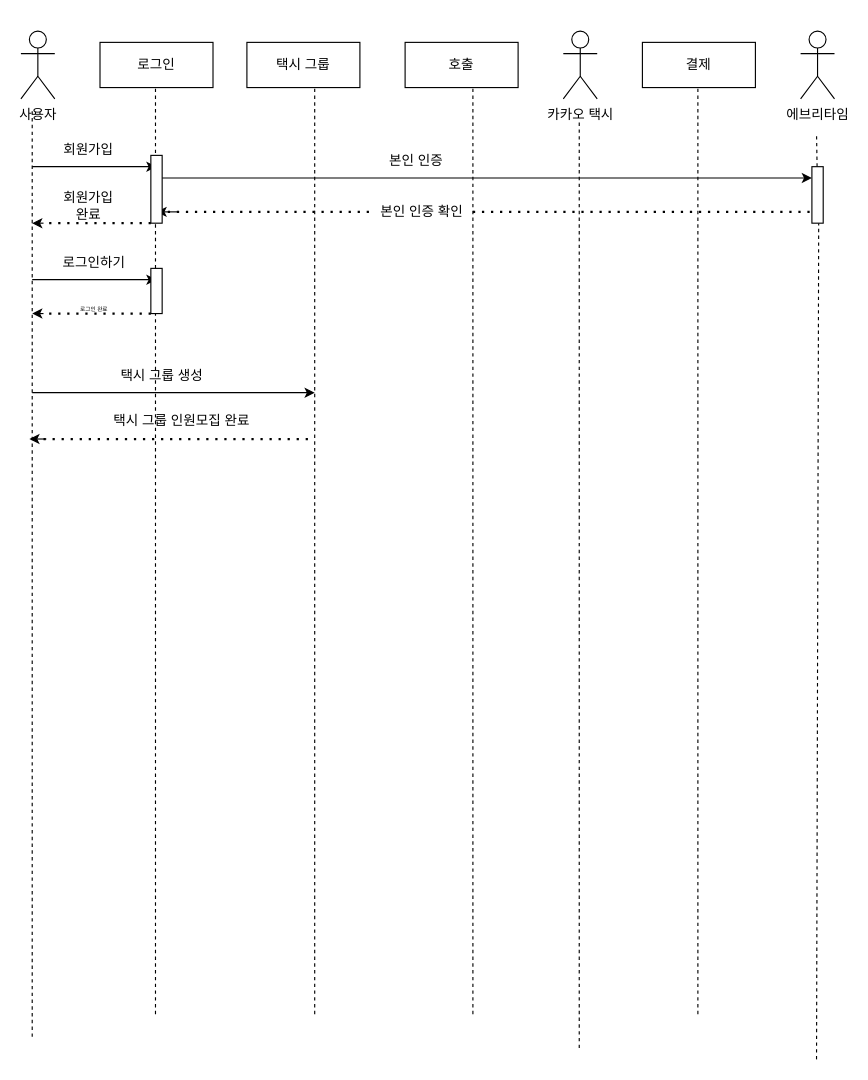
This is 시퀀스 다이어그램.drawio from 0abcde0/Git-Tutorial, a draw.io file, before an edit. Source tidied: cells renumbered, new cells numbered last; positions are measured from the earlier drawing's top-left corner, leaving out a move shared by most shapes. Both pictures are drawn from the tidied source at 113%, with x=0, y=0 at pixel (20, 31).
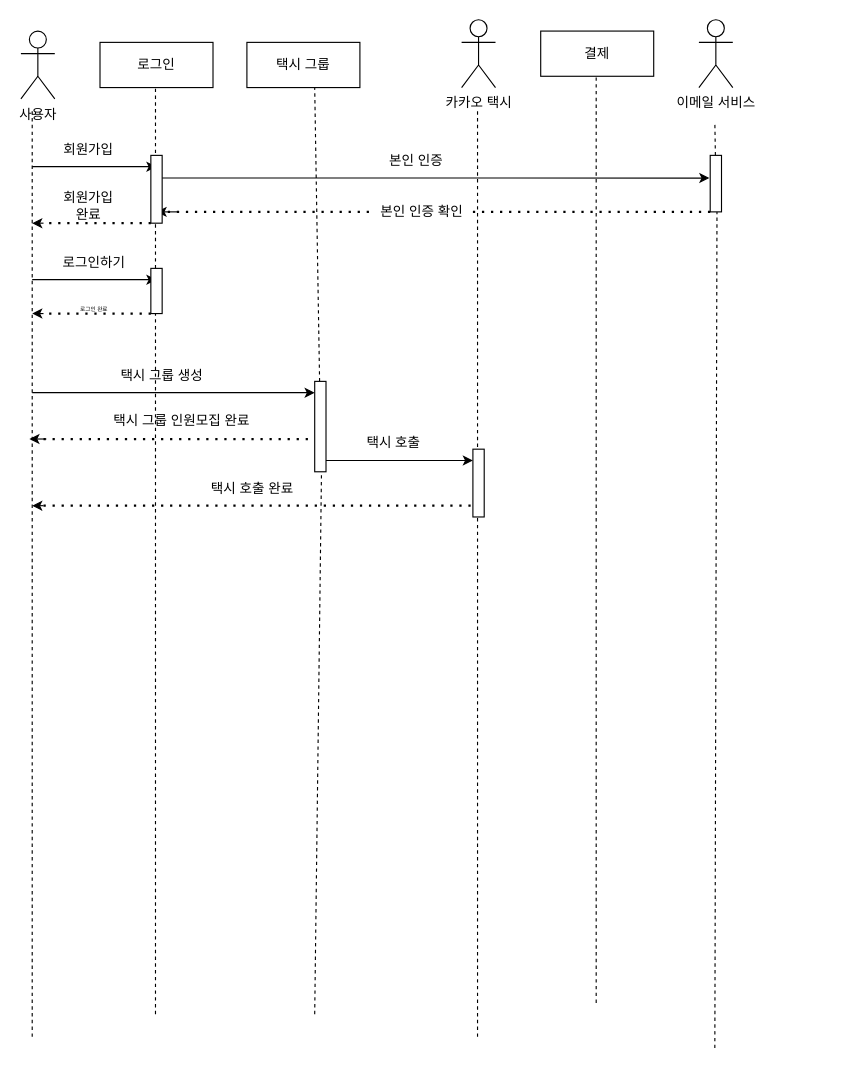
After the change.

Commit message (it also covers changes not shown here):
시퀀스 다이어그램.drawio 업데이트

Unchanged cells that the change refers to:
```xml
<mxCell id="23" value="본인 인증 확인" style="text;html=1;strokeColor=none;fillColor=none;align=center;verticalAlign=middle;whiteSpace=wrap;rounded=0;" parent="1" vertex="1">
  <mxGeometry x="310" y="150" width="90" height="20" as="geometry" />
</mxCell>
```

Diff of the diagram source:
```diff
@@
-    <mxCell id="5" value="호출" style="rounded=0;whiteSpace=wrap;html=1;" parent="1" vertex="1">
-      <mxGeometry x="340" y="10" width="100" height="40" as="geometry" />
-    </mxCell>
     <mxCell id="6" value="결제" style="rounded=0;whiteSpace=wrap;html=1;" parent="1" vertex="1">
-      <mxGeometry x="550" y="10" width="100" height="40" as="geometry" />
+      <mxGeometry x="460" width="100" height="40" as="geometry" />
     </mxCell>
     <mxCell id="7" value="카카오 택시" style="shape=umlActor;verticalLabelPosition=bottom;verticalAlign=top;html=1;" parent="1" vertex="1">
-      <mxGeometry x="480" width="30" height="60" as="geometry" />
+      <mxGeometry x="390" y="-10" width="30" height="60" as="geometry" />
     </mxCell>
-    <mxCell id="8" value="에브리타임" style="shape=umlActor;verticalLabelPosition=bottom;verticalAlign=top;html=1;" parent="1" vertex="1">
-      <mxGeometry x="690" width="30" height="60" as="geometry" />
+    <mxCell id="8" value="이메일 서비스" style="shape=umlActor;verticalLabelPosition=bottom;verticalAlign=top;html=1;" parent="1" vertex="1">
+      <mxGeometry x="600" y="-10" width="30" height="60" as="geometry" />
     </mxCell>
-    <mxCell id="9" style="endArrow=none;dashed=1;html=1;rounded=0;entryX=0.6;entryY=1;entryDx=0;entryDy=0;entryPerimeter=0;" parent="1" edge="1" target="5">
-      <mxGeometry relative="1" as="geometry">
-        <mxPoint x="400" y="870" as="sourcePoint" />
-      </mxGeometry>
-    </mxCell>
     <mxCell id="10" style="endArrow=none;dashed=1;html=1;rounded=0;entryX=0.6;entryY=1;entryDx=0;entryDy=0;entryPerimeter=0;" parent="1" edge="1">
       <mxGeometry relative="1" as="geometry">
-        <mxPoint x="599.1" y="870" as="sourcePoint" />
-        <mxPoint x="599.1" y="50" as="targetPoint" />
+        <mxPoint x="509.1" y="860" as="sourcePoint" />
+        <mxPoint x="509.1" y="40" as="targetPoint" />
       </mxGeometry>
     </mxCell>
     <mxCell id="11" style="endArrow=none;dashed=1;html=1;rounded=0;entryX=0.6;entryY=1;entryDx=0;entryDy=0;entryPerimeter=0;" parent="1" edge="1">
       <mxGeometry relative="1" as="geometry">
-        <mxPoint x="494.1" y="900" as="sourcePoint" />
-        <mxPoint x="494.1" y="80" as="targetPoint" />
+        <mxPoint x="404.1" y="890" as="sourcePoint" />
+        <mxPoint x="404.1" y="70" as="targetPoint" />
       </mxGeometry>
     </mxCell>
     <mxCell id="12" style="endArrow=none;dashed=1;html=1;rounded=0;entryX=0.6;entryY=1;entryDx=0;entryDy=0;entryPerimeter=0;" parent="1" edge="1" source="26">
       <mxGeometry relative="1" as="geometry">
-        <mxPoint x="704.1" y="90" as="targetPoint" />
+        <mxPoint x="614.1" y="80" as="targetPoint" />
       </mxGeometry>
     </mxCell>
-    <mxCell id="13" style="endArrow=none;dashed=1;html=1;rounded=0;entryX=0.6;entryY=1;entryDx=0;entryDy=0;entryPerimeter=0;" parent="1" edge="1">
+    <mxCell id="13" style="endArrow=none;dashed=1;html=1;rounded=0;entryX=0.6;entryY=1;entryDx=0;entryDy=0;entryPerimeter=0;" parent="1" edge="1" source="47">
       <mxGeometry relative="1" as="geometry">
-        <mxPoint x="260" y="870" as="sourcePoint" />
         <mxPoint x="260" y="50" as="targetPoint" />
       </mxGeometry>
     </mxCell>
@@
-    <mxCell id="18" style="endArrow=classic;html=1;rounded=0;" parent="1" edge="1">
+    <mxCell id="18" style="endArrow=classic;html=1;rounded=0;entryX=-0.072;entryY=0.402;entryDx=0;entryDy=0;entryPerimeter=0;" parent="1" edge="1" target="26">
       <mxGeometry relative="1" as="geometry">
         <mxPoint x="120" y="130" as="sourcePoint" />
-        <mxPoint x="700" y="130" as="targetPoint" />
       </mxGeometry>
     </mxCell>
@@
-    <mxCell id="20" style="endArrow=none;dashed=1;html=1;dashPattern=1 3;strokeWidth=2;rounded=0;" parent="1" edge="1" source="23">
-      <mxGeometry relative="1" as="geometry">
-        <mxPoint x="710" y="160" as="targetPoint" />
-      </mxGeometry>
+    <mxCell id="20" style="endArrow=none;dashed=1;html=1;dashPattern=1 3;strokeWidth=2;rounded=0;entryX=0;entryY=1;entryDx=0;entryDy=0;" parent="1" edge="1" source="23" target="26">
+      <mxGeometry relative="1" as="geometry" />
     </mxCell>
@@
     <mxCell id="25" style="endArrow=none;dashed=1;html=1;rounded=0;entryX=0.6;entryY=1;entryDx=0;entryDy=0;entryPerimeter=0;" parent="1" edge="1" target="26">
       <mxGeometry relative="1" as="geometry">
-        <mxPoint x="704.1" y="910" as="sourcePoint" />
+        <mxPoint x="614.1" y="900" as="sourcePoint" />
       </mxGeometry>
     </mxCell>
     <mxCell id="26" style="rounded=0;whiteSpace=wrap;html=1;" parent="1" vertex="1">
-      <mxGeometry x="700" y="120" width="10" height="50" as="geometry" />
+      <mxGeometry x="610" y="110" width="10" height="50" as="geometry" />
     </mxCell>
@@
+    <mxCell id="41" style="endArrow=classic;html=1;rounded=0;" parent="1" edge="1">
+      <mxGeometry relative="1" as="geometry">
+        <mxPoint x="270" y="380" as="sourcePoint" />
+        <mxPoint x="400" y="380" as="targetPoint" />
+      </mxGeometry>
+    </mxCell>
+    <mxCell id="42" value="택시 호출" style="text;html=1;strokeColor=none;fillColor=none;align=center;verticalAlign=middle;whiteSpace=wrap;rounded=0;" parent="1" vertex="1">
+      <mxGeometry x="300" y="350" width="60" height="30" as="geometry" />
+    </mxCell>
+    <mxCell id="43" style="endArrow=none;dashed=1;html=1;dashPattern=1 3;strokeWidth=2;rounded=0;" parent="1" edge="1">
+      <mxGeometry relative="1" as="geometry">
+        <mxPoint x="20" y="420" as="sourcePoint" />
+        <mxPoint x="410" y="420" as="targetPoint" />
+      </mxGeometry>
+    </mxCell>
+    <mxCell id="44" style="endArrow=classic;html=1;rounded=0;" parent="1" edge="1">
+      <mxGeometry relative="1" as="geometry">
+        <mxPoint x="20" y="420" as="sourcePoint" />
+        <mxPoint x="10" y="420" as="targetPoint" />
+      </mxGeometry>
+    </mxCell>
+    <mxCell id="45" value="택시 호출 완료" style="text;html=1;strokeColor=none;fillColor=none;align=center;verticalAlign=middle;whiteSpace=wrap;rounded=0;" parent="1" vertex="1">
+      <mxGeometry x="160" y="390" width="90" height="30" as="geometry" />
+    </mxCell>
+    <mxCell id="46" style="endArrow=none;dashed=1;html=1;rounded=0;entryX=0.6;entryY=1;entryDx=0;entryDy=0;entryPerimeter=0;" parent="1" edge="1" target="47">
+      <mxGeometry relative="1" as="geometry">
+        <mxPoint x="260" y="870" as="sourcePoint" />
+      </mxGeometry>
+    </mxCell>
+    <mxCell id="47" style="rounded=0;whiteSpace=wrap;html=1;" parent="1" vertex="1">
+      <mxGeometry x="260" y="310" width="10" height="80" as="geometry" />
+    </mxCell>
+    <mxCell id="48" style="rounded=0;whiteSpace=wrap;html=1;" parent="1" vertex="1">
+      <mxGeometry x="400" y="370" width="10" height="60" as="geometry" />
+    </mxCell>
```
